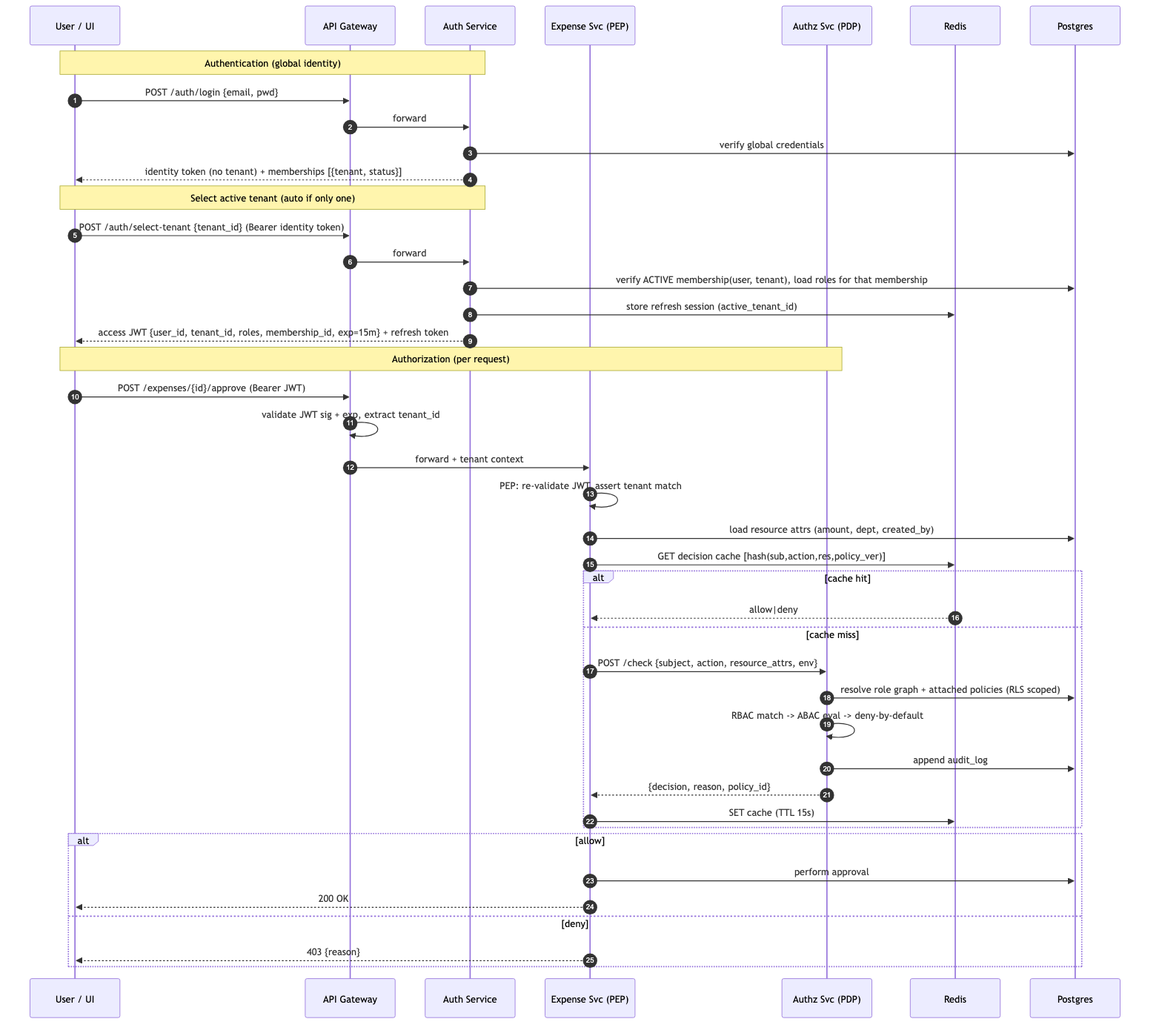
Before: docs/diagrams/05-auth-authz-sequence.png, a diagram exported from Mermaid (Naamsukh/payoneer-take-home-assignment). Its source is kept beside it as docs/diagrams/05-auth-authz-sequence.mmd.
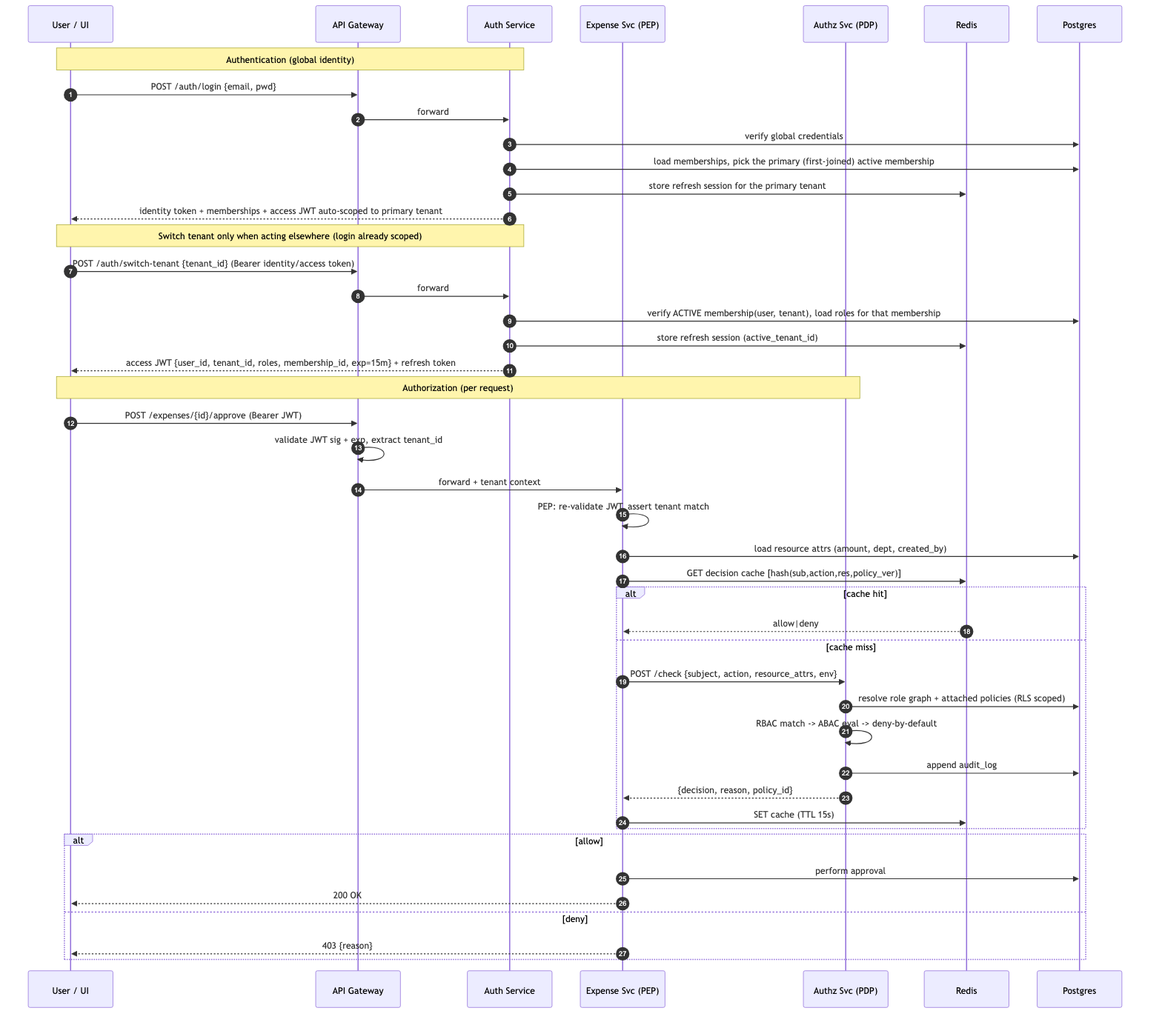
After the change.

Commit message:
docs: fix mermaid parse error in §8 sequence diagram

Diff of the diagram source:
```diff
@@ -12,9 +12,11 @@
     U->>GW: POST /auth/login {email, pwd}
     GW->>A: forward
     A->>DB: verify global credentials
-    A-->>U: identity token (no tenant) + memberships [{tenant, status}]
-    Note over U,A: Select active tenant (auto if only one)
-    U->>GW: POST /auth/select-tenant {tenant_id} (Bearer identity token)
+    A->>DB: load memberships, pick the primary (first-joined) active membership
+    A->>C: store refresh session for the primary tenant
+    A-->>U: identity token + memberships + access JWT auto-scoped to primary tenant
+    Note over U,A: Switch tenant only when acting elsewhere (login already scoped)
+    U->>GW: POST /auth/switch-tenant {tenant_id} (Bearer identity/access token)
     GW->>A: forward
     A->>DB: verify ACTIVE membership(user, tenant), load roles for that membership
     A->>C: store refresh session (active_tenant_id)
```
